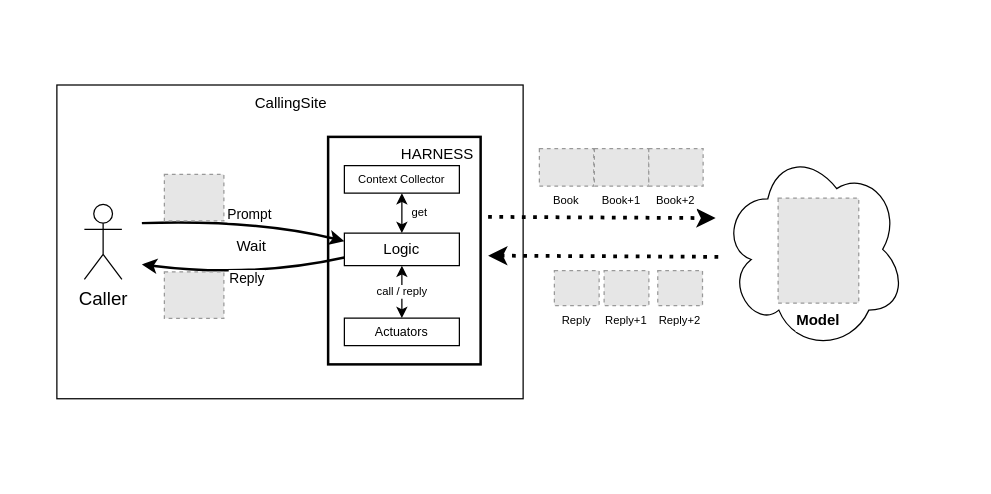
Before: page "Page-1" (1 of 2) of harness/harness_logical/harness_logical_physical.drawio in DBJARH/dbj_theoria_mundi_de_architectorum, a draw.io diagram. Source tidied: cells renumbered, new cells numbered last; positions are measured from the earlier drawing's top-left corner, leaving out a move shared by most shapes. Both pictures are drawn from the tidied source at 125%, with x=0, y=0 at pixel (28, 28). Pictures stored in the file or linked from it are replaced by grey dashed boxes.
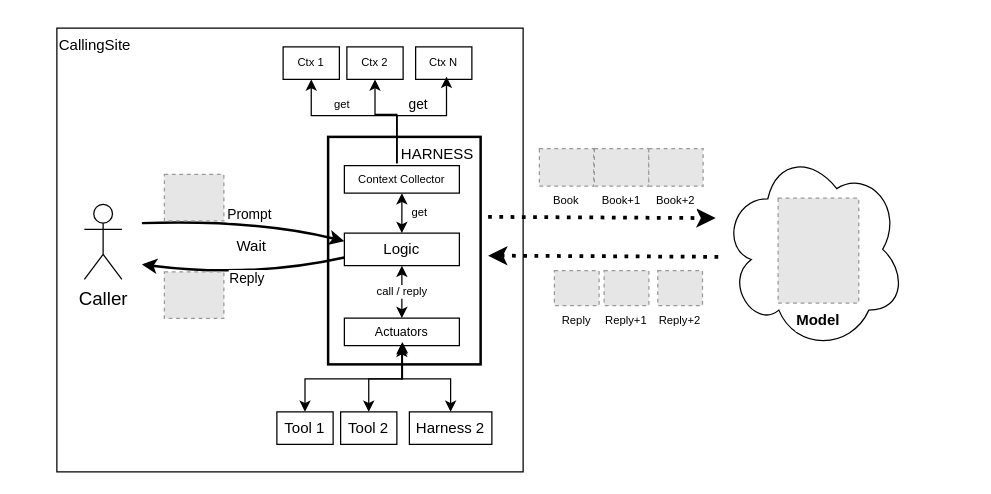
Above is the later version.

Unchanged cells that the change refers to:
```xml
<mxCell id="19" value="Actuators" style="rounded=0;whiteSpace=wrap;html=1;fontSize=10;" parent="15" vertex="1">
  <mxGeometry x="253" y="232" width="92" height="22" as="geometry" />
</mxCell>
```

Change to the diagram source:
```diff
@@
-    <mxCell id="13" parent="0" />
-    <mxCell id="14" style="rounded=0;whiteSpace=wrap;html=1;fillColor=none;strokeWidth=11;strokeColor=#FFFFFF;" parent="13" vertex="1">
-      <mxGeometry width="748" height="327" as="geometry" />
-    </mxCell>
@@
-    <mxCell id="29" value="CallingSite" style="rounded=0;html=1;fillColor=none;strokeWidth=1;verticalAlign=top;fontStyle=0;" parent="22" vertex="1">
-      <mxGeometry x="23" y="45.5" width="373" height="251" as="geometry" />
+    <mxCell id="29" value="CallingSite" style="rounded=0;html=1;fillColor=none;strokeWidth=1;verticalAlign=top;fontStyle=0;align=left;" parent="22" vertex="1">
+      <mxGeometry x="23" width="373" height="355" as="geometry" />
     </mxCell>
+    <mxCell id="30" parent="0" />
+    <mxCell id="31" style="edgeStyle=orthogonalEdgeStyle;rounded=0;jettySize=auto;html=1;startArrow=classic;startFill=1;exitX=0.5;exitY=1;exitDx=0;exitDy=0;" parent="30" edge="1" source="19" target="34">
+      <mxGeometry relative="1" as="geometry" />
+    </mxCell>
+    <mxCell id="32" style="edgeStyle=orthogonalEdgeStyle;rounded=0;jettySize=auto;html=1;startArrow=classic;startFill=1;exitX=0.505;exitY=0.87;exitDx=0;exitDy=0;exitPerimeter=0;" parent="30" edge="1" source="19" target="35">
+      <mxGeometry relative="1" as="geometry" />
+    </mxCell>
+    <mxCell id="33" style="edgeStyle=orthogonalEdgeStyle;rounded=0;jettySize=auto;html=1;startArrow=classic;startFill=1;exitX=0.5;exitY=0.909;exitDx=0;exitDy=0;exitPerimeter=0;" parent="30" edge="1" source="19" target="36">
+      <mxGeometry relative="1" as="geometry" />
+    </mxCell>
+    <mxCell id="34" value="Tool 1" style="rounded=0;whiteSpace=wrap;html=1;" parent="30" vertex="1">
+      <mxGeometry x="199" y="307" width="45" height="26" as="geometry" />
+    </mxCell>
+    <mxCell id="35" value="Tool 2" style="rounded=0;whiteSpace=wrap;html=1;" parent="30" vertex="1">
+      <mxGeometry x="250" y="307" width="45" height="26" as="geometry" />
+    </mxCell>
+    <mxCell id="36" value="Harness 2" style="rounded=0;whiteSpace=wrap;html=1;" parent="30" vertex="1">
+      <mxGeometry x="305" y="307" width="66" height="26" as="geometry" />
+    </mxCell>
+    <mxCell id="37" value="get" style="edgeStyle=orthogonalEdgeStyle;rounded=0;jettySize=auto;html=1;entryX=0.5;entryY=1;entryDx=0;entryDy=0;fontSize=9;" parent="30" edge="1" target="39">
+      <mxGeometry x="0.21" y="-9" relative="1" as="geometry">
+        <mxPoint x="295" y="108" as="sourcePoint" />
+        <Array as="points">
+          <mxPoint x="295" y="70" />
+          <mxPoint x="227" y="70" />
+        </Array>
+      </mxGeometry>
+    </mxCell>
+    <mxCell id="38" style="edgeStyle=orthogonalEdgeStyle;rounded=0;jettySize=auto;html=1;entryX=0.5;entryY=1;entryDx=0;entryDy=0;" parent="30" edge="1" target="40">
+      <mxGeometry relative="1" as="geometry">
+        <mxPoint x="295" y="108" as="sourcePoint" />
+        <Array as="points">
+          <mxPoint x="295" y="69" />
+          <mxPoint x="278" y="69" />
+        </Array>
+      </mxGeometry>
+    </mxCell>
+    <mxCell id="39" value="Ctx 1" style="rounded=0;whiteSpace=wrap;html=1;fontSize=9;" parent="30" vertex="1">
+      <mxGeometry x="204" y="15" width="45" height="26" as="geometry" />
+    </mxCell>
+    <mxCell id="40" value="Ctx 2" style="rounded=0;whiteSpace=wrap;html=1;fontSize=9;" parent="30" vertex="1">
+      <mxGeometry x="255" y="15" width="45" height="26" as="geometry" />
+    </mxCell>
+    <mxCell id="41" value="Ctx N" style="rounded=0;whiteSpace=wrap;html=1;fontSize=9;" parent="30" vertex="1">
+      <mxGeometry x="310" y="15" width="45" height="26" as="geometry" />
+    </mxCell>
+    <mxCell id="42" value="get" style="edgeStyle=orthogonalEdgeStyle;rounded=0;jettySize=auto;html=1;entryX=0.549;entryY=0.919;entryDx=0;entryDy=0;entryPerimeter=0;" parent="30" edge="1" target="41">
+      <mxGeometry x="0.01" y="9" relative="1" as="geometry">
+        <mxPoint x="295" y="108" as="sourcePoint" />
+        <Array as="points">
+          <mxPoint x="295" y="70" />
+          <mxPoint x="335" y="70" />
+        </Array>
+      </mxGeometry>
+    </mxCell>
```
